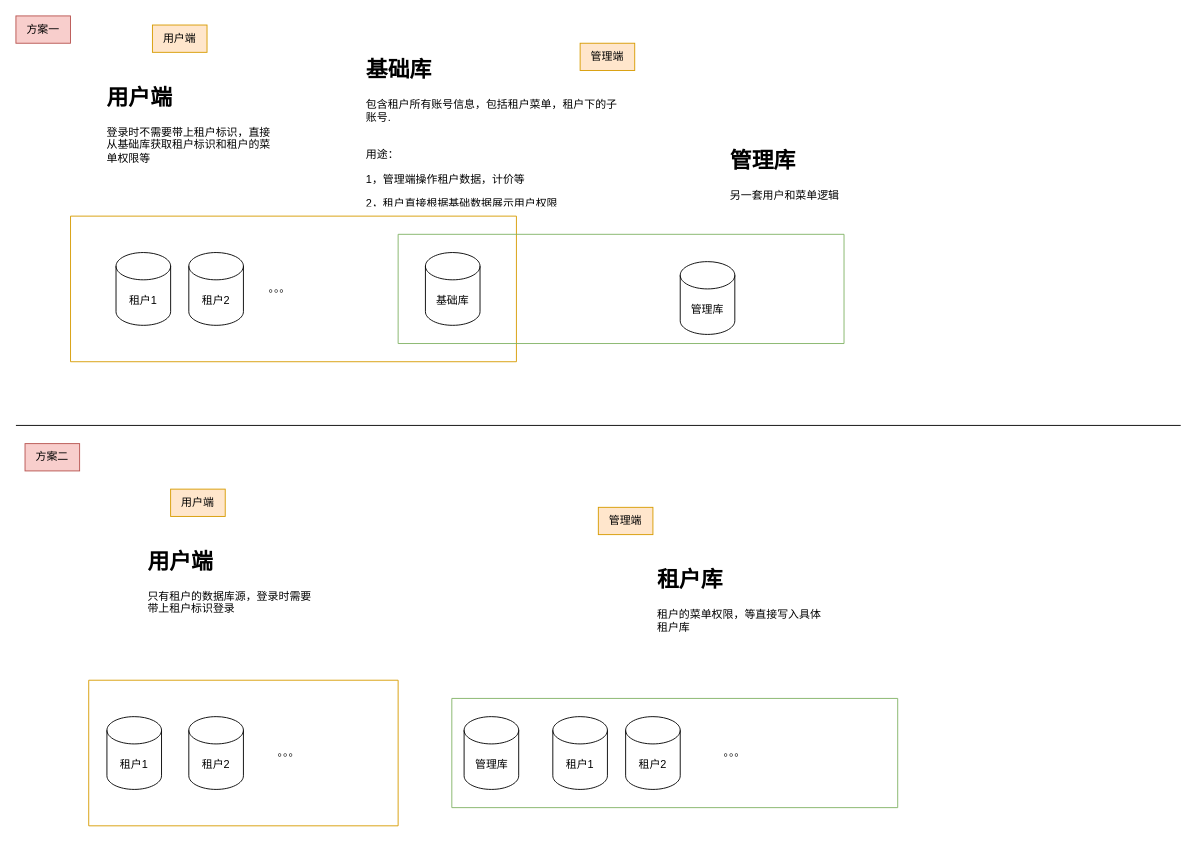
This is 物业saas版本2.drawio from maigao11/flow, a draw.io file, before an edit. Source tidied: cells renumbered, new cells numbered last; positions are measured from the earlier drawing's top-left corner, leaving out a move shared by most shapes. Both pictures are drawn from the tidied source at 91%, with x=0, y=0 at pixel (15, 15).
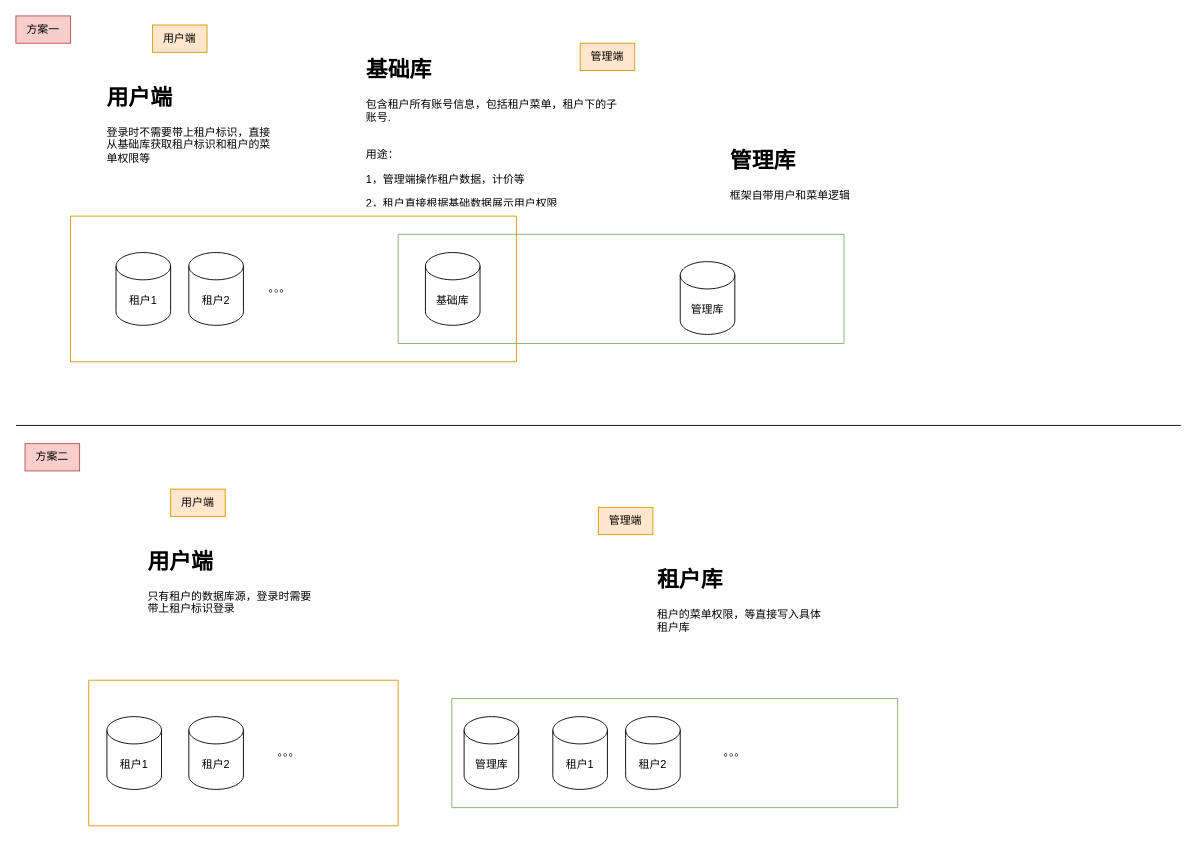
Above is the later version.

Commit message:
更新物业saas版本2.drawio

The edit, as a diff of the source:
```diff
@@
-    <mxCell id="34" value="&lt;h1&gt;管理库&lt;/h1&gt;&lt;p&gt;另一套用户和菜单逻辑&lt;/p&gt;" style="text;html=1;strokeColor=none;fillColor=none;spacing=5;spacingTop=-20;whiteSpace=wrap;overflow=hidden;rounded=0;" parent="1" vertex="1">
+    <mxCell id="34" value="&lt;h1&gt;管理库&lt;/h1&gt;&lt;p&gt;框架自带用户和菜单逻辑&lt;/p&gt;" style="text;html=1;strokeColor=none;fillColor=none;spacing=5;spacingTop=-20;whiteSpace=wrap;overflow=hidden;rounded=0;" parent="1" vertex="1">
       <mxGeometry x="780" y="140" width="190" height="90" as="geometry" />
     </mxCell>
```
